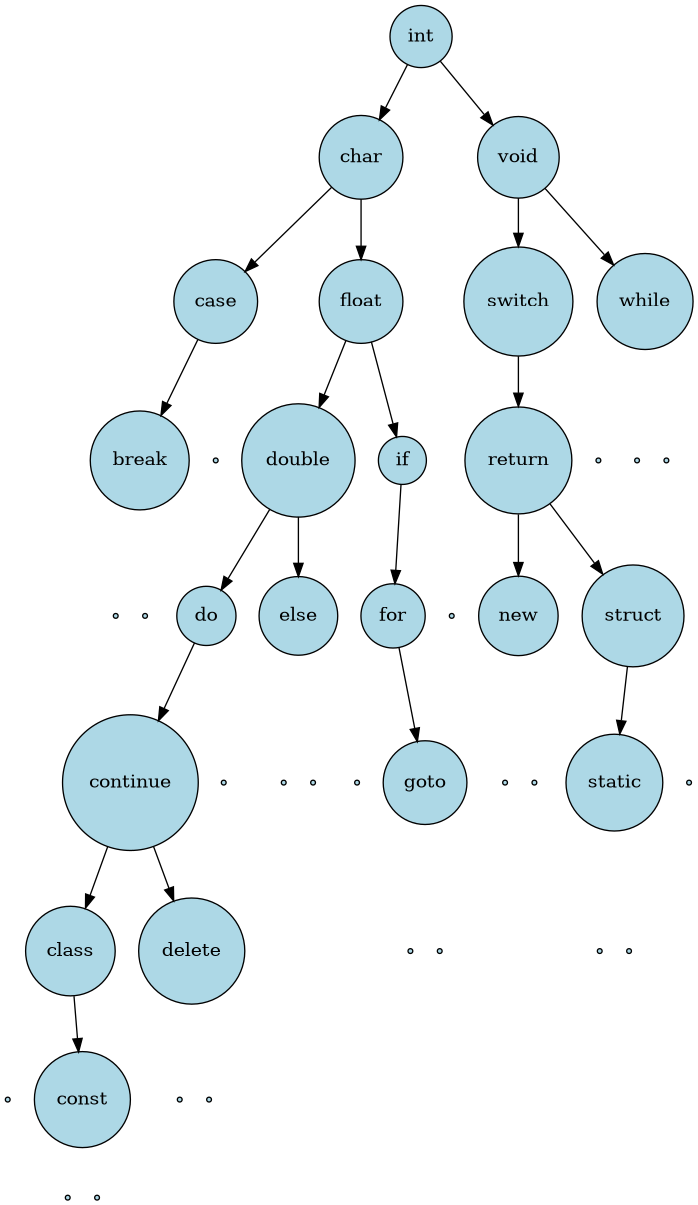
Earlier version of the Graphviz export 7/bst.png (burindin235/tisd). Its source is kept beside it as 7/bst.dot.
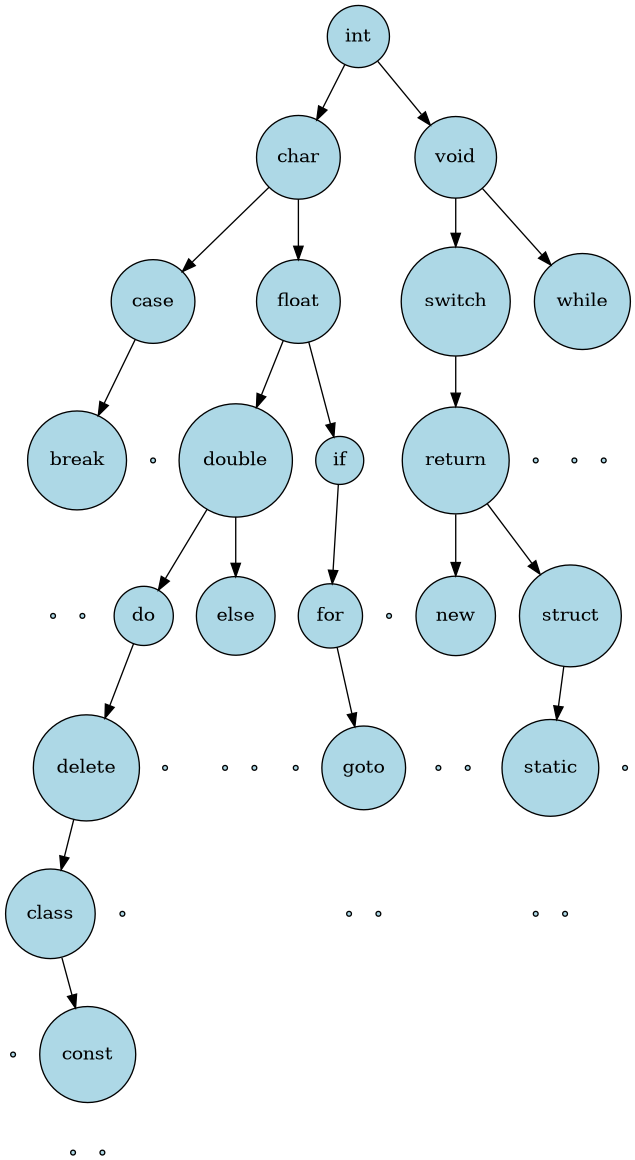
The same diagram one commit later.

What changed in the source:
```diff
@@ -1,91 +1,91 @@
 digraph BST { node [shape=circle, style=filled, fillcolor=lightblue];
-  "0x55c06e2b6ea0" [label="int"];
-  "0x55c06e2b6ea0" -> "0x55c06e2b7040";
-  "0x55c06e2b7040" [label="char"];
-  "0x55c06e2b7040" -> "0x55c06e2b8080";
-  "0x55c06e2b8080" [label="case"];
-  "0x55c06e2b8080" -> "0x55c06e2b8220";
-  "0x55c06e2b8220" [label="break"];
+  "0x632155e48ea0" [label="int"];
+  "0x632155e48ea0" -> "0x632155e49040";
+  "0x632155e49040" [label="char"];
+  "0x632155e49040" -> "0x632155e4a080";
+  "0x632155e4a080" [label="case"];
+  "0x632155e4a080" -> "0x632155e4a220";
+  "0x632155e4a220" [label="break"];
   null0 [shape=point];
-  "0x55c06e2b8220" -> null0 [style=invis];
+  "0x632155e4a220" -> null0 [style=invis];
   null1 [shape=point];
-  "0x55c06e2b8220" -> null1 [style=invis];
+  "0x632155e4a220" -> null1 [style=invis];
   null2 [shape=point];
-  "0x55c06e2b8080" -> null2 [style=invis];
-  "0x55c06e2b7040" -> "0x55c06e2b71e0";
-  "0x55c06e2b71e0" [label="float"];
-  "0x55c06e2b71e0" -> "0x55c06e2b7380";
-  "0x55c06e2b7380" [label="double"];
-  "0x55c06e2b7380" -> "0x55c06e2b7d40";
-  "0x55c06e2b7d40" [label="do"];
-  "0x55c06e2b7d40" -> "0x55c06e2b83c0";
-  "0x55c06e2b83c0" [label="continue"];
-  "0x55c06e2b83c0" -> "0x55c06e2b6af0";
-  "0x55c06e2b6af0" [label="class"];
+  "0x632155e4a080" -> null2 [style=invis];
+  "0x632155e49040" -> "0x632155e491e0";
+  "0x632155e491e0" [label="float"];
+  "0x632155e491e0" -> "0x632155e49380";
+  "0x632155e49380" [label="double"];
+  "0x632155e49380" -> "0x632155e49d40";
+  "0x632155e49d40" [label="do"];
+  "0x632155e49d40" -> "0x632155e4a3c0";
+  "0x632155e4a3c0" [label="continue"];
+  "0x632155e4a3c0" -> "0x632155e4a8a0";
+  "0x632155e4a8a0" [label="class"];
   null3 [shape=point];
-  "0x55c06e2b6af0" -> null3 [style=invis];
-  "0x55c06e2b6af0" -> "0x55c06e2b6c90";
-  "0x55c06e2b6c90" [label="const"];
+  "0x632155e4a8a0" -> null3 [style=invis];
+  "0x632155e4a8a0" -> "0x632155e487b0";
+  "0x632155e487b0" [label="const"];
   null4 [shape=point];
-  "0x55c06e2b6c90" -> null4 [style=invis];
+  "0x632155e487b0" -> null4 [style=invis];
   null5 [shape=point];
-  "0x55c06e2b6c90" -> null5 [style=invis];
-  "0x55c06e2b83c0" -> "0x55c06e2b8a40";
-  "0x55c06e2b8a40" [label="delete"];
+  "0x632155e487b0" -> null5 [style=invis];
+  "0x632155e4a3c0" -> "0x632155e4aa40";
+  "0x632155e4aa40" [label="delete"];
   null6 [shape=point];
-  "0x55c06e2b8a40" -> null6 [style=invis];
+  "0x632155e4aa40" -> null6 [style=invis];
   null7 [shape=point];
-  "0x55c06e2b8a40" -> null7 [style=invis];
+  "0x632155e4aa40" -> null7 [style=invis];
   null8 [shape=point];
-  "0x55c06e2b7d40" -> null8 [style=invis];
-  "0x55c06e2b7380" -> "0x55c06e2b7860";
-  "0x55c06e2b7860" [label="else"];
+  "0x632155e49d40" -> null8 [style=invis];
+  "0x632155e49380" -> "0x632155e49860";
+  "0x632155e49860" [label="else"];
   null9 [shape=point];
-  "0x55c06e2b7860" -> null9 [style=invis];
+  "0x632155e49860" -> null9 [style=invis];
   null10 [shape=point];
-  "0x55c06e2b7860" -> null10 [style=invis];
-  "0x55c06e2b71e0" -> "0x55c06e2b76c0";
-  "0x55c06e2b76c0" [label="if"];
-  "0x55c06e2b76c0" -> "0x55c06e2b7a00";
-  "0x55c06e2b7a00" [label="for"];
+  "0x632155e49860" -> null10 [style=invis];
+  "0x632155e491e0" -> "0x632155e496c0";
+  "0x632155e496c0" [label="if"];
+  "0x632155e496c0" -> "0x632155e49a00";
+  "0x632155e49a00" [label="for"];
   null11 [shape=point];
-  "0x55c06e2b7a00" -> null11 [style=invis];
-  "0x55c06e2b7a00" -> "0x55c06e2b8700";
-  "0x55c06e2b8700" [label="goto"];
+  "0x632155e49a00" -> null11 [style=invis];
+  "0x632155e49a00" -> "0x632155e48af0";
+  "0x632155e48af0" [label="goto"];
   null12 [shape=point];
-  "0x55c06e2b8700" -> null12 [style=invis];
+  "0x632155e48af0" -> null12 [style=invis];
   null13 [shape=point];
-  "0x55c06e2b8700" -> null13 [style=invis];
+  "0x632155e48af0" -> null13 [style=invis];
   null14 [shape=point];
-  "0x55c06e2b76c0" -> null14 [style=invis];
-  "0x55c06e2b6ea0" -> "0x55c06e2b7520";
-  "0x55c06e2b7520" [label="void"];
-  "0x55c06e2b7520" -> "0x55c06e2b7ee0";
-  "0x55c06e2b7ee0" [label="switch"];
-  "0x55c06e2b7ee0" -> "0x55c06e2b67b0";
-  "0x55c06e2b67b0" [label="return"];
-  "0x55c06e2b67b0" -> "0x55c06e2b88a0";
-  "0x55c06e2b88a0" [label="new"];
+  "0x632155e496c0" -> null14 [style=invis];
+  "0x632155e48ea0" -> "0x632155e49520";
+  "0x632155e49520" [label="void"];
+  "0x632155e49520" -> "0x632155e49ee0";
+  "0x632155e49ee0" [label="switch"];
+  "0x632155e49ee0" -> "0x632155e4a560";
+  "0x632155e4a560" [label="return"];
+  "0x632155e4a560" -> "0x632155e48c90";
+  "0x632155e48c90" [label="new"];
   null15 [shape=point];
-  "0x55c06e2b88a0" -> null15 [style=invis];
+  "0x632155e48c90" -> null15 [style=invis];
   null16 [shape=point];
-  "0x55c06e2b88a0" -> null16 [style=invis];
-  "0x55c06e2b67b0" -> "0x55c06e2b6950";
-  "0x55c06e2b6950" [label="struct"];
-  "0x55c06e2b6950" -> "0x55c06e2b8560";
-  "0x55c06e2b8560" [label="static"];
+  "0x632155e48c90" -> null16 [style=invis];
+  "0x632155e4a560" -> "0x632155e4a700";
+  "0x632155e4a700" [label="struct"];
+  "0x632155e4a700" -> "0x632155e48950";
+  "0x632155e48950" [label="static"];
   null17 [shape=point];
-  "0x55c06e2b8560" -> null17 [style=invis];
+  "0x632155e48950" -> null17 [style=invis];
   null18 [shape=point];
-  "0x55c06e2b8560" -> null18 [style=invis];
+  "0x632155e48950" -> null18 [style=invis];
   null19 [shape=point];
-  "0x55c06e2b6950" -> null19 [style=invis];
+  "0x632155e4a700" -> null19 [style=invis];
   null20 [shape=point];
-  "0x55c06e2b7ee0" -> null20 [style=invis];
-  "0x55c06e2b7520" -> "0x55c06e2b7ba0";
-  "0x55c06e2b7ba0" [label="while"];
+  "0x632155e49ee0" -> null20 [style=invis];
+  "0x632155e49520" -> "0x632155e49ba0";
+  "0x632155e49ba0" [label="while"];
   null21 [shape=point];
-  "0x55c06e2b7ba0" -> null21 [style=invis];
+  "0x632155e49ba0" -> null21 [style=invis];
   null22 [shape=point];
-  "0x55c06e2b7ba0" -> null22 [style=invis];
+  "0x632155e49ba0" -> null22 [style=invis];
 }
```
